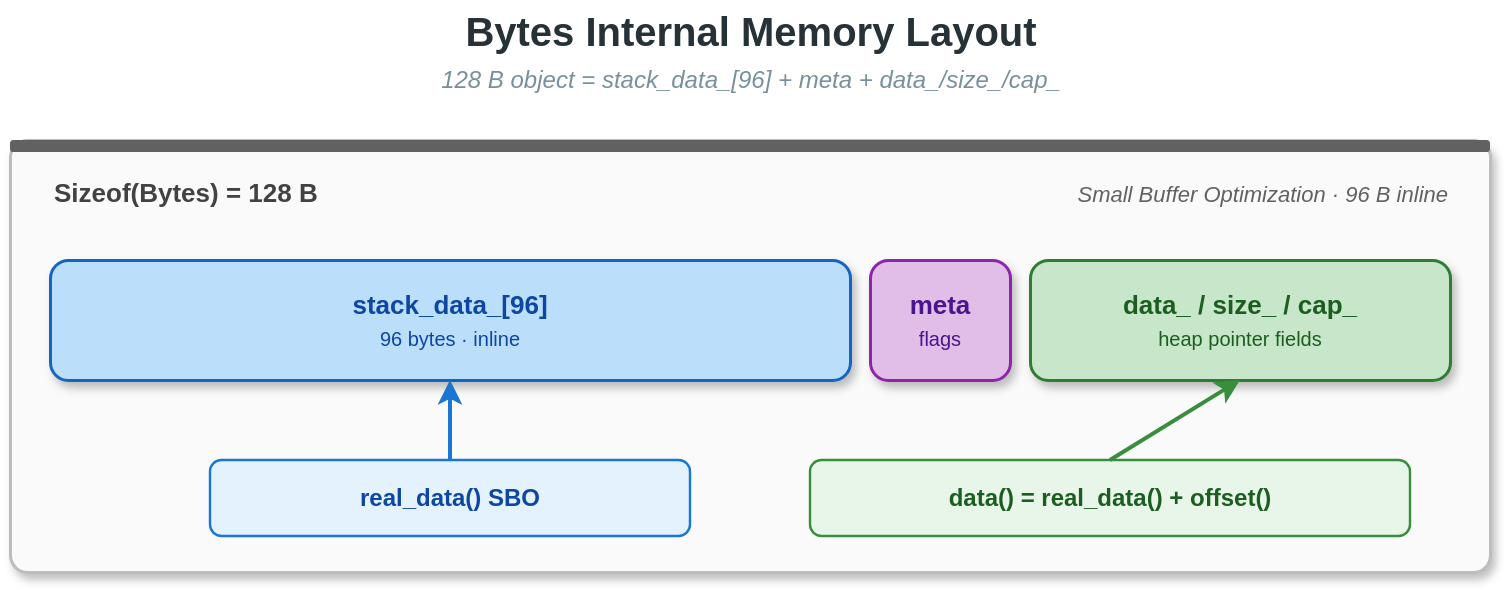
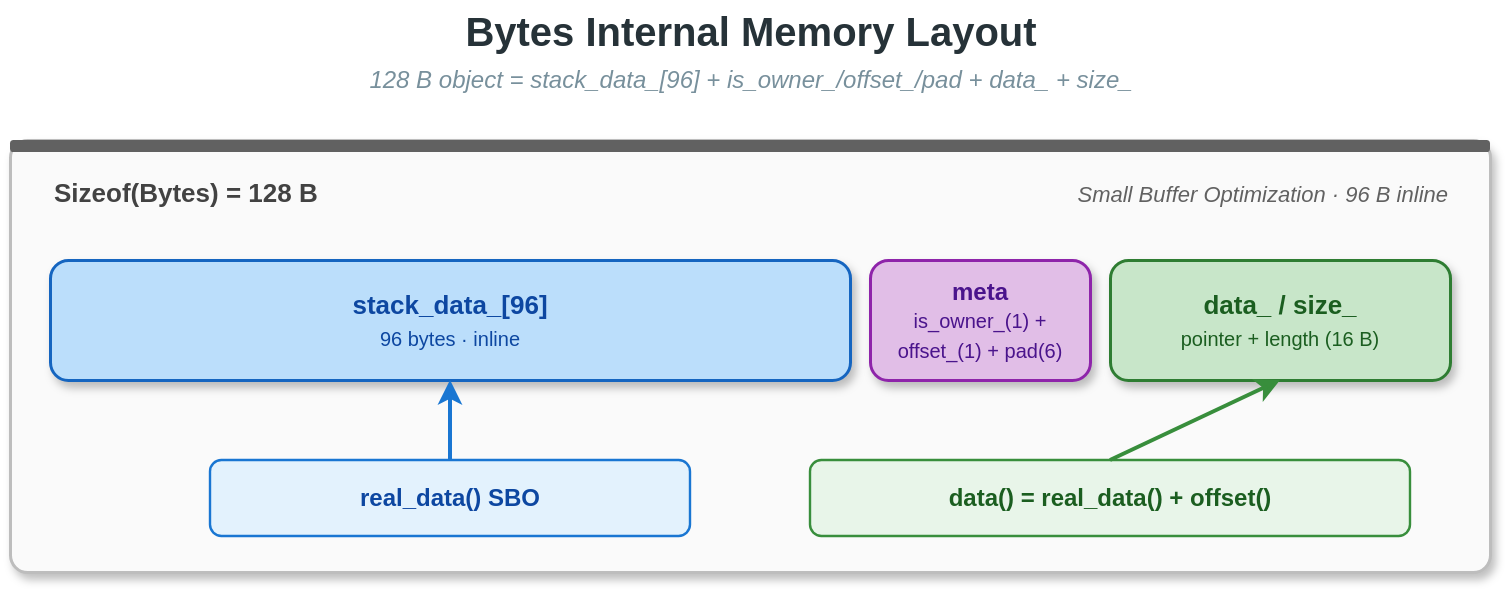
<mxfile host="app.diagrams.net" modified="2026-04-23T00:00:00.000Z" agent="Claude" version="24.0.0" type="device">
  <diagram id="bytes-memory-layout" name="Bytes Memory Layout">
    <mxGraphModel dx="820" dy="340" grid="0" gridSize="10" guides="1" tooltips="1" connect="1" arrows="1" fold="1" page="1" pageScale="1" pageWidth="820" pageHeight="340" math="0" shadow="0">
      <root>
        <mxCell id="0" />
        <mxCell id="1" parent="0" />

        <mxCell id="title" value="Bytes Internal Memory Layout" style="text;html=1;align=center;verticalAlign=middle;strokeColor=none;fillColor=none;fontSize=20;fontStyle=1;fontColor=#263238;" vertex="1" parent="1">
          <mxGeometry x="40" y="20" width="740" height="30" as="geometry" />
        </mxCell>
-         <mxCell id="sub" value="128 B object = stack_data_[96] + meta + data_/size_/cap_" style="text;html=1;align=center;verticalAlign=middle;strokeColor=none;fillColor=none;fontSize=12;fontStyle=2;fontColor=#78909c;" vertex="1" parent="1">
+         <mxCell id="sub" value="128 B object = stack_data_[96] + is_owner_/offset_/pad + data_ + size_" style="text;html=1;align=center;verticalAlign=middle;strokeColor=none;fillColor=none;fontSize=12;fontStyle=2;fontColor=#78909c;" vertex="1" parent="1">
          <mxGeometry x="40" y="50" width="740" height="20" as="geometry" />
        </mxCell>

        <!-- container -->
        <mxCell id="bg" value="" style="rounded=1;whiteSpace=wrap;html=1;fillColor=#fafafa;strokeColor=#bdbdbd;strokeWidth=1.5;arcSize=4;shadow=1;" vertex="1" parent="1">
          <mxGeometry x="40" y="90" width="740" height="216" as="geometry" />
        </mxCell>
        <mxCell id="bar" value="" style="rounded=1;whiteSpace=wrap;html=1;fillColor=#616161;strokeColor=none;arcSize=30;" vertex="1" parent="1">
          <mxGeometry x="40" y="90" width="740" height="6" as="geometry" />
        </mxCell>
        <mxCell id="hdr" value="Sizeof(Bytes) = 128 B" style="text;html=1;align=left;verticalAlign=middle;strokeColor=none;fillColor=none;fontSize=13;fontStyle=1;fontColor=#424242;" vertex="1" parent="1">
          <mxGeometry x="60" y="104" width="400" height="24" as="geometry" />
        </mxCell>
        <mxCell id="hdr2" value="Small Buffer Optimization &#183; 96 B inline" style="text;html=1;align=right;verticalAlign=middle;strokeColor=none;fillColor=none;fontSize=11;fontStyle=2;fontColor=#616161;" vertex="1" parent="1">
          <mxGeometry x="380" y="106" width="380" height="22" as="geometry" />
        </mxCell>

        <!-- memory strip -->
        <mxCell id="sec1" value="&lt;b&gt;stack_data_[96]&lt;/b&gt;&lt;br/&gt;&lt;span style=&quot;font-size:10px;&quot;&gt;96 bytes &#183; inline&lt;/span&gt;" style="rounded=1;whiteSpace=wrap;html=1;fillColor=#bbdefb;strokeColor=#1565c0;strokeWidth=1.5;fontSize=13;fontColor=#0d47a1;shadow=1;" vertex="1" parent="1">
          <mxGeometry x="60" y="150" width="400" height="60" as="geometry" />
        </mxCell>
-         <mxCell id="sec2" value="&lt;b&gt;meta&lt;/b&gt;&lt;br/&gt;&lt;span style=&quot;font-size:10px;&quot;&gt;flags&lt;/span&gt;" style="rounded=1;whiteSpace=wrap;html=1;fillColor=#e1bee7;strokeColor=#8e24aa;strokeWidth=1.5;fontSize=13;fontColor=#4a148c;shadow=1;" vertex="1" parent="1">
-           <mxGeometry x="470" y="150" width="70" height="60" as="geometry" />
+         <mxCell id="sec2" value="&lt;b&gt;meta&lt;/b&gt;&lt;br/&gt;&lt;span style=&quot;font-size:10px;&quot;&gt;is_owner_(1) + offset_(1) + pad(6)&lt;/span&gt;" style="rounded=1;whiteSpace=wrap;html=1;fillColor=#e1bee7;strokeColor=#8e24aa;strokeWidth=1.5;fontSize=12;fontColor=#4a148c;shadow=1;" vertex="1" parent="1">
+           <mxGeometry x="470" y="150" width="110" height="60" as="geometry" />
        </mxCell>
-         <mxCell id="sec3" value="&lt;b&gt;data_ / size_ / cap_&lt;/b&gt;&lt;br/&gt;&lt;span style=&quot;font-size:10px;&quot;&gt;heap pointer fields&lt;/span&gt;" style="rounded=1;whiteSpace=wrap;html=1;fillColor=#c8e6c9;strokeColor=#2e7d32;strokeWidth=1.5;fontSize=13;fontColor=#1b5e20;shadow=1;" vertex="1" parent="1">
-           <mxGeometry x="550" y="150" width="210" height="60" as="geometry" />
+         <mxCell id="sec3" value="&lt;b&gt;data_ / size_&lt;/b&gt;&lt;br/&gt;&lt;span style=&quot;font-size:10px;&quot;&gt;pointer + length (16 B)&lt;/span&gt;" style="rounded=1;whiteSpace=wrap;html=1;fillColor=#c8e6c9;strokeColor=#2e7d32;strokeWidth=1.5;fontSize=13;fontColor=#1b5e20;shadow=1;" vertex="1" parent="1">
+           <mxGeometry x="590" y="150" width="170" height="60" as="geometry" />
        </mxCell>

        <!-- SBO label -->
        <mxCell id="lbl_sbo" value="real_data()  SBO" style="rounded=1;whiteSpace=wrap;html=1;fillColor=#e3f2fd;strokeColor=#1976d2;strokeWidth=1.2;fontSize=12;fontStyle=1;fontColor=#0d47a1;" vertex="1" parent="1">
          <mxGeometry x="140" y="250" width="240" height="38" as="geometry" />
        </mxCell>
        <mxCell id="arr_sbo" value="" style="edgeStyle=none;html=1;endArrow=classic;endFill=1;strokeColor=#1976d2;strokeWidth=2;exitX=0.5;exitY=0;entryX=0.5;entryY=1;" edge="1" parent="1" source="lbl_sbo" target="sec1">
          <mxGeometry relative="1" as="geometry" />
        </mxCell>

        <!-- data() label -->
        <mxCell id="lbl_data" value="data() = real_data() + offset()" style="rounded=1;whiteSpace=wrap;html=1;fillColor=#e8f5e9;strokeColor=#388e3c;strokeWidth=1.2;fontSize=12;fontStyle=1;fontColor=#1b5e20;" vertex="1" parent="1">
          <mxGeometry x="440" y="250" width="300" height="38" as="geometry" />
        </mxCell>
        <mxCell id="arr_data" value="" style="edgeStyle=none;html=1;endArrow=classic;endFill=1;strokeColor=#388e3c;strokeWidth=2;exitX=0.5;exitY=0;entryX=0.5;entryY=1;" edge="1" parent="1" source="lbl_data" target="sec3">
          <mxGeometry relative="1" as="geometry" />
        </mxCell>

      </root>
    </mxGraphModel>
  </diagram>
</mxfile>
